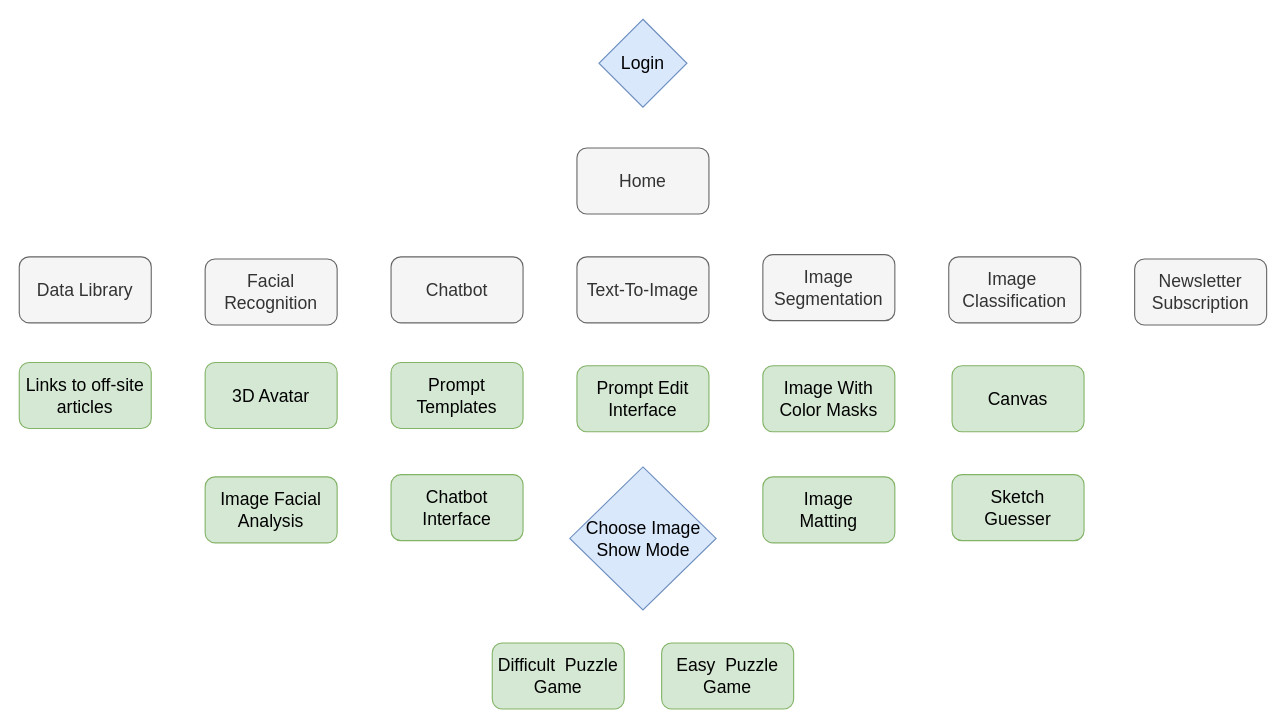
This is flow-chart.drawio from EricTsai83/drawio, a draw.io file, before an edit. Source tidied: cells renumbered, new cells numbered last; positions are measured from the earlier drawing's top-left corner, leaving out a move shared by most shapes. Both pictures are drawn from the tidied source at 110%, with x=0, y=0 at pixel (19, 19).
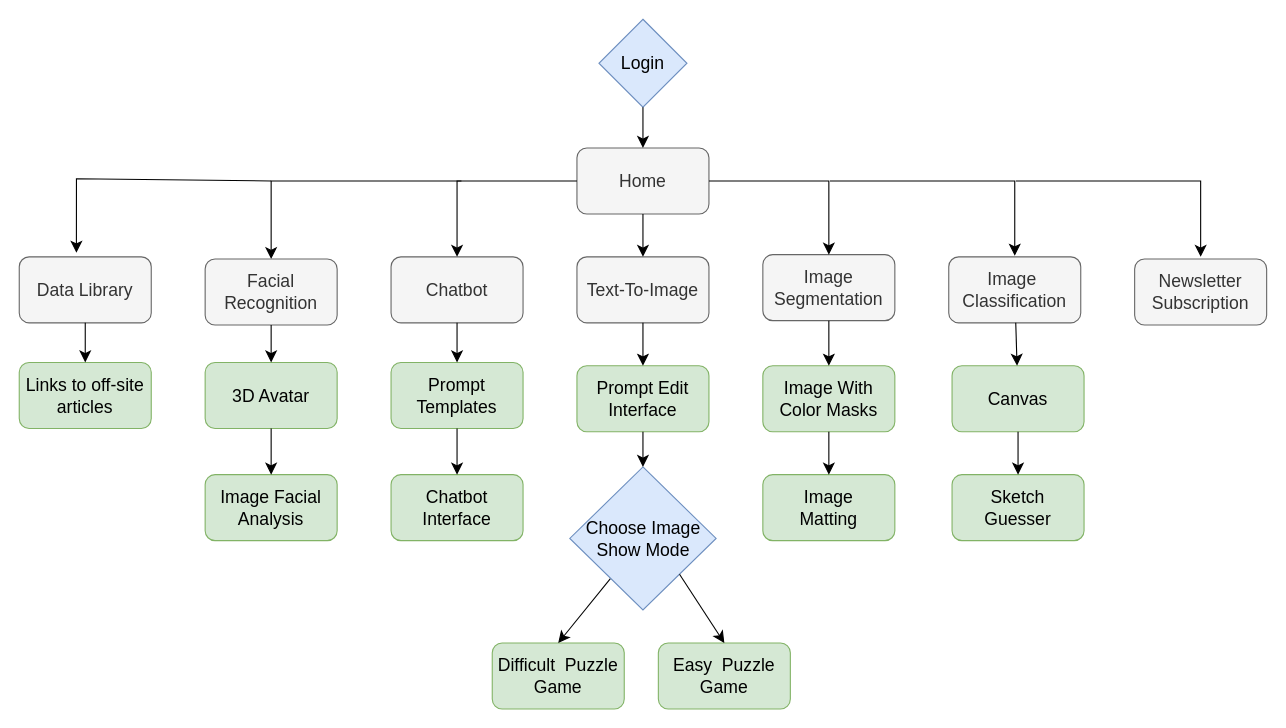
The same page after the edit.

What changed in the source:
```diff
@@
+    <mxCell id="24" style="group;" parent="1" vertex="1">
+      <mxGeometry width="1134" height="627" as="geometry" />
+    </mxCell>
-    <mxCell id="2" value="Login" style="rhombus;whiteSpace=wrap;html=1;fontSize=16;fillColor=#dae8fc;strokeColor=#6c8ebf;rounded=0;" parent="1" vertex="1">
+    <mxCell id="2" value="Login" style="rhombus;whiteSpace=wrap;html=1;fontSize=16;fillColor=#dae8fc;strokeColor=#6c8ebf;rounded=0;" parent="24" vertex="1">
       <mxGeometry x="527" width="80" height="80" as="geometry" />
     </mxCell>
+    <mxCell id="25" style="edgeStyle=none;rounded=0;jettySize=auto;html=1;entryX=0.5;entryY=0;entryDx=0;entryDy=0;fontSize=12;startSize=8;endSize=8;" parent="24" edge="1" target="4">
+      <mxGeometry relative="1" as="geometry">
+        <mxPoint x="402" y="147" as="sourcePoint" />
+        <Array as="points">
+          <mxPoint x="229" y="147" />
+        </Array>
+      </mxGeometry>
+    </mxCell>
+    <mxCell id="26" style="edgeStyle=none;rounded=0;orthogonalLoop=1;jettySize=auto;html=1;entryX=0.5;entryY=0;entryDx=0;entryDy=0;fontSize=12;startSize=8;endSize=8;" parent="24" edge="1">
+      <mxGeometry relative="1" as="geometry">
+        <mxPoint x="737" y="147" as="sourcePoint" />
+        <mxPoint x="905" y="215" as="targetPoint" />
+        <Array as="points">
+          <mxPoint x="905" y="147" />
+        </Array>
+      </mxGeometry>
+    </mxCell>
+    <mxCell id="27" style="edgeStyle=none;rounded=0;orthogonalLoop=1;jettySize=auto;html=1;entryX=0.5;entryY=0;entryDx=0;entryDy=0;fontSize=12;startSize=8;endSize=8;" parent="24" edge="1">
+      <mxGeometry relative="1" as="geometry">
+        <mxPoint x="906" y="147" as="sourcePoint" />
+        <mxPoint x="1074" y="216" as="targetPoint" />
+        <Array as="points">
+          <mxPoint x="1074" y="147" />
+        </Array>
+      </mxGeometry>
+    </mxCell>
+    <mxCell id="28" style="edgeStyle=none;rounded=0;jettySize=auto;html=1;entryX=0.433;entryY=-0.062;entryDx=0;entryDy=0;entryPerimeter=0;fontSize=12;startSize=8;endSize=8;" parent="24" edge="1" target="22">
+      <mxGeometry relative="1" as="geometry">
+        <mxPoint x="229" y="147" as="sourcePoint" />
+        <Array as="points">
+          <mxPoint x="52" y="145" />
+        </Array>
+      </mxGeometry>
+    </mxCell>
-    <mxCell id="3" value="Home" style="rounded=1;whiteSpace=wrap;html=1;fontSize=16;fillColor=#f5f5f5;fontColor=#333333;strokeColor=#666666;" parent="1" vertex="1">
+    <mxCell id="3" value="Home" style="rounded=1;whiteSpace=wrap;html=1;fontSize=16;fillColor=#f5f5f5;fontColor=#333333;strokeColor=#666666;" parent="24" vertex="1">
       <mxGeometry x="507" y="117" width="120" height="60" as="geometry" />
     </mxCell>
+    <mxCell id="29" style="edgeStyle=none;curved=1;rounded=0;jettySize=auto;html=1;fontSize=12;startSize=8;endSize=8;" parent="24" edge="1" source="2" target="3">
+      <mxGeometry relative="1" as="geometry" />
+    </mxCell>
-    <mxCell id="4" value="Facial Recognition" style="rounded=1;whiteSpace=wrap;html=1;fontSize=16;fillColor=#f5f5f5;fontColor=#333333;strokeColor=#666666;" parent="1" vertex="1">
+    <mxCell id="4" value="Facial Recognition" style="rounded=1;whiteSpace=wrap;html=1;fontSize=16;fillColor=#f5f5f5;fontColor=#333333;strokeColor=#666666;" parent="24" vertex="1">
       <mxGeometry x="169" y="218" width="120" height="60" as="geometry" />
     </mxCell>
-    <mxCell id="5" value="Chatbot" style="rounded=1;whiteSpace=wrap;html=1;fontSize=16;fillColor=#f5f5f5;fontColor=#333333;strokeColor=#666666;" parent="1" vertex="1">
+    <mxCell id="5" value="Chatbot" style="rounded=1;whiteSpace=wrap;html=1;fontSize=16;fillColor=#f5f5f5;fontColor=#333333;strokeColor=#666666;" parent="24" vertex="1">
       <mxGeometry x="338" y="216" width="120" height="60" as="geometry" />
     </mxCell>
+    <mxCell id="30" style="edgeStyle=none;rounded=0;jettySize=auto;html=1;exitX=0;exitY=0.5;exitDx=0;exitDy=0;entryX=0.5;entryY=0;entryDx=0;entryDy=0;fontSize=12;startSize=8;endSize=8;" parent="24" edge="1" source="3" target="5">
+      <mxGeometry relative="1" as="geometry">
+        <Array as="points">
+          <mxPoint x="398" y="147" />
+        </Array>
+      </mxGeometry>
+    </mxCell>
-    <mxCell id="6" value="Text-To-Image" style="rounded=1;whiteSpace=wrap;html=1;fontSize=16;fillColor=#f5f5f5;fontColor=#333333;strokeColor=#666666;" parent="1" vertex="1">
+    <mxCell id="6" value="Text-To-Image" style="rounded=1;whiteSpace=wrap;html=1;fontSize=16;fillColor=#f5f5f5;fontColor=#333333;strokeColor=#666666;" parent="24" vertex="1">
       <mxGeometry x="507" y="216" width="120" height="60" as="geometry" />
     </mxCell>
+    <mxCell id="31" style="edgeStyle=none;curved=1;rounded=0;jettySize=auto;html=1;fontSize=12;startSize=8;endSize=8;entryX=0.5;entryY=0;entryDx=0;entryDy=0;" parent="24" edge="1" source="3" target="6">
+      <mxGeometry relative="1" as="geometry" />
+    </mxCell>
-    <mxCell id="7" value="Image Segmentation" style="rounded=1;whiteSpace=wrap;html=1;fontSize=16;fillColor=#f5f5f5;fontColor=#333333;strokeColor=#666666;" parent="1" vertex="1">
+    <mxCell id="7" value="Image Segmentation" style="rounded=1;whiteSpace=wrap;html=1;fontSize=16;fillColor=#f5f5f5;fontColor=#333333;strokeColor=#666666;" parent="24" vertex="1">
       <mxGeometry x="676" y="214" width="120" height="60" as="geometry" />
     </mxCell>
+    <mxCell id="32" style="edgeStyle=none;rounded=0;jettySize=auto;html=1;entryX=0.5;entryY=0;entryDx=0;entryDy=0;fontSize=12;startSize=8;endSize=8;" parent="24" edge="1" source="3" target="7">
+      <mxGeometry relative="1" as="geometry">
+        <Array as="points">
+          <mxPoint x="736" y="147" />
+        </Array>
+      </mxGeometry>
+    </mxCell>
-    <mxCell id="8" value="Image&amp;nbsp;&lt;br&gt;Classification" style="rounded=1;whiteSpace=wrap;html=1;fontSize=16;fillColor=#f5f5f5;fontColor=#333333;strokeColor=#666666;" parent="1" vertex="1">
+    <mxCell id="8" value="Image&amp;nbsp;&lt;br&gt;Classification" style="rounded=1;whiteSpace=wrap;html=1;fontSize=16;fillColor=#f5f5f5;fontColor=#333333;strokeColor=#666666;" parent="24" vertex="1">
       <mxGeometry x="845" y="216" width="120" height="60" as="geometry" />
     </mxCell>
-    <mxCell id="9" value="3D Avatar" style="rounded=1;whiteSpace=wrap;html=1;fontSize=16;fillColor=#d5e8d4;strokeColor=#82b366;" parent="1" vertex="1">
+    <mxCell id="9" value="3D Avatar" style="rounded=1;whiteSpace=wrap;html=1;fontSize=16;fillColor=#d5e8d4;strokeColor=#82b366;" parent="24" vertex="1">
       <mxGeometry x="169" y="312" width="120" height="60" as="geometry" />
     </mxCell>
+    <mxCell id="33" style="edgeStyle=none;curved=1;rounded=0;jettySize=auto;html=1;fontSize=12;startSize=8;endSize=8;" parent="24" edge="1" source="4" target="9">
+      <mxGeometry relative="1" as="geometry" />
+    </mxCell>
-    <mxCell id="10" value="Image Facial Analysis" style="rounded=1;whiteSpace=wrap;html=1;fontSize=16;fillColor=#d5e8d4;strokeColor=#82b366;" parent="1" vertex="1">
-      <mxGeometry x="169" y="416" width="120" height="60" as="geometry" />
+    <mxCell id="10" value="Image Facial Analysis" style="rounded=1;whiteSpace=wrap;html=1;fontSize=16;fillColor=#d5e8d4;strokeColor=#82b366;" parent="24" vertex="1">
+      <mxGeometry x="169" y="414" width="120" height="60" as="geometry" />
     </mxCell>
+    <mxCell id="34" style="edgeStyle=none;curved=1;rounded=0;jettySize=auto;html=1;fontSize=12;startSize=8;endSize=8;" parent="24" edge="1" source="9" target="10">
+      <mxGeometry relative="1" as="geometry" />
+    </mxCell>
-    <mxCell id="11" value="&lt;p style=&quot;line-height: 120%;&quot;&gt;&lt;font style=&quot;font-size: 16px;&quot;&gt;Prompt Templates&lt;/font&gt;&lt;br&gt;&lt;/p&gt;" style="rounded=1;whiteSpace=wrap;html=1;fontSize=16;fillColor=#d5e8d4;strokeColor=#82b366;" parent="1" vertex="1">
+    <mxCell id="11" value="&lt;p style=&quot;line-height: 120%;&quot;&gt;&lt;font style=&quot;font-size: 16px;&quot;&gt;Prompt Templates&lt;/font&gt;&lt;br&gt;&lt;/p&gt;" style="rounded=1;whiteSpace=wrap;html=1;fontSize=16;fillColor=#d5e8d4;strokeColor=#82b366;" parent="24" vertex="1">
       <mxGeometry x="338" y="312" width="120" height="60" as="geometry" />
     </mxCell>
+    <mxCell id="35" style="edgeStyle=none;curved=1;rounded=0;jettySize=auto;html=1;fontSize=12;startSize=8;endSize=8;" parent="24" edge="1" source="5" target="11">
+      <mxGeometry relative="1" as="geometry" />
+    </mxCell>
-    <mxCell id="12" value="Difficult&amp;nbsp; Puzzle Game" style="rounded=1;whiteSpace=wrap;html=1;fontSize=16;fillColor=#d5e8d4;strokeColor=#82b366;" parent="1" vertex="1">
+    <mxCell id="12" value="Difficult&amp;nbsp; Puzzle Game" style="rounded=1;whiteSpace=wrap;html=1;fontSize=16;fillColor=#d5e8d4;strokeColor=#82b366;" parent="24" vertex="1">
       <mxGeometry x="430" y="567" width="120" height="60" as="geometry" />
     </mxCell>
-    <mxCell id="13" value="&lt;font style=&quot;font-size: 16px;&quot;&gt;Image With Color Masks&lt;/font&gt;" style="rounded=1;whiteSpace=wrap;html=1;fontSize=16;fillColor=#d5e8d4;strokeColor=#82b366;" parent="1" vertex="1">
+    <mxCell id="13" value="&lt;font style=&quot;font-size: 16px;&quot;&gt;Image With Color Masks&lt;/font&gt;" style="rounded=1;whiteSpace=wrap;html=1;fontSize=16;fillColor=#d5e8d4;strokeColor=#82b366;" parent="24" vertex="1">
       <mxGeometry x="676" y="315" width="120" height="60" as="geometry" />
     </mxCell>
+    <mxCell id="36" style="edgeStyle=none;curved=1;rounded=0;jettySize=auto;html=1;fontSize=12;startSize=8;endSize=8;" parent="24" edge="1" source="7" target="13">
+      <mxGeometry relative="1" as="geometry" />
+    </mxCell>
-    <mxCell id="14" value="Image &lt;br&gt;Matting" style="rounded=1;whiteSpace=wrap;html=1;fontSize=16;fillColor=#d5e8d4;strokeColor=#82b366;" parent="1" vertex="1">
-      <mxGeometry x="676" y="416" width="120" height="60" as="geometry" />
+    <mxCell id="14" value="Image &lt;br&gt;Matting" style="rounded=1;whiteSpace=wrap;html=1;fontSize=16;fillColor=#d5e8d4;strokeColor=#82b366;" parent="24" vertex="1">
+      <mxGeometry x="676" y="414" width="120" height="60" as="geometry" />
     </mxCell>
+    <mxCell id="37" style="edgeStyle=none;curved=1;rounded=0;jettySize=auto;html=1;fontSize=12;startSize=8;endSize=8;" parent="24" edge="1" source="13" target="14">
+      <mxGeometry relative="1" as="geometry" />
+    </mxCell>
-    <mxCell id="15" value="&lt;p style=&quot;line-height: 120%;&quot;&gt;&lt;font style=&quot;font-size: 16px;&quot;&gt;Chatbot Interface&lt;/font&gt;&lt;br&gt;&lt;/p&gt;" style="rounded=1;whiteSpace=wrap;html=1;fontSize=16;fillColor=#d5e8d4;strokeColor=#82b366;" parent="1" vertex="1">
+    <mxCell id="15" value="&lt;p style=&quot;line-height: 120%;&quot;&gt;&lt;font style=&quot;font-size: 16px;&quot;&gt;Chatbot Interface&lt;/font&gt;&lt;br&gt;&lt;/p&gt;" style="rounded=1;whiteSpace=wrap;html=1;fontSize=16;fillColor=#d5e8d4;strokeColor=#82b366;" parent="24" vertex="1">
       <mxGeometry x="338" y="414" width="120" height="60" as="geometry" />
     </mxCell>
+    <mxCell id="38" style="edgeStyle=none;curved=1;rounded=0;jettySize=auto;html=1;fontSize=12;startSize=8;endSize=8;" parent="24" edge="1" source="11" target="15">
+      <mxGeometry relative="1" as="geometry" />
+    </mxCell>
-    <mxCell id="16" value="Canvas" style="rounded=1;whiteSpace=wrap;html=1;fontSize=16;fillColor=#d5e8d4;strokeColor=#82b366;" parent="1" vertex="1">
+    <mxCell id="16" value="Canvas" style="rounded=1;whiteSpace=wrap;html=1;fontSize=16;fillColor=#d5e8d4;strokeColor=#82b366;" parent="24" vertex="1">
       <mxGeometry x="848" y="315" width="120" height="60" as="geometry" />
     </mxCell>
+    <mxCell id="39" style="edgeStyle=none;curved=1;rounded=0;jettySize=auto;html=1;fontSize=12;startSize=8;endSize=8;" parent="24" edge="1" source="8" target="16">
+      <mxGeometry relative="1" as="geometry" />
+    </mxCell>
-    <mxCell id="17" value="Newsletter Subscription" style="rounded=1;whiteSpace=wrap;html=1;fontSize=16;fillColor=#f5f5f5;fontColor=#333333;strokeColor=#666666;" parent="1" vertex="1">
+    <mxCell id="17" value="Newsletter Subscription" style="rounded=1;whiteSpace=wrap;html=1;fontSize=16;fillColor=#f5f5f5;fontColor=#333333;strokeColor=#666666;" parent="24" vertex="1">
       <mxGeometry x="1014" y="218" width="120" height="60" as="geometry" />
     </mxCell>
-    <mxCell id="18" value="Sketch &lt;br&gt;Guesser" style="rounded=1;whiteSpace=wrap;html=1;fontSize=16;fillColor=#d5e8d4;strokeColor=#82b366;" parent="1" vertex="1">
+    <mxCell id="18" value="Sketch &lt;br&gt;Guesser" style="rounded=1;whiteSpace=wrap;html=1;fontSize=16;fillColor=#d5e8d4;strokeColor=#82b366;" parent="24" vertex="1">
       <mxGeometry x="848" y="414" width="120" height="60" as="geometry" />
     </mxCell>
+    <mxCell id="40" style="edgeStyle=none;curved=1;rounded=0;jettySize=auto;html=1;fontSize=12;startSize=8;endSize=8;" parent="24" edge="1" source="16" target="18">
+      <mxGeometry relative="1" as="geometry" />
+    </mxCell>
-    <mxCell id="19" value="&lt;font style=&quot;font-size: 16px;&quot;&gt;Prompt Edit Interface&lt;/font&gt;" style="rounded=1;whiteSpace=wrap;html=1;fontSize=16;fillColor=#d5e8d4;strokeColor=#82b366;" parent="1" vertex="1">
+    <mxCell id="19" value="&lt;font style=&quot;font-size: 16px;&quot;&gt;Prompt Edit Interface&lt;/font&gt;" style="rounded=1;whiteSpace=wrap;html=1;fontSize=16;fillColor=#d5e8d4;strokeColor=#82b366;" parent="24" vertex="1">
       <mxGeometry x="507" y="315" width="120" height="60" as="geometry" />
     </mxCell>
+    <mxCell id="41" style="edgeStyle=none;curved=1;rounded=0;jettySize=auto;html=1;fontSize=12;startSize=8;endSize=8;" parent="24" edge="1" source="6" target="19">
+      <mxGeometry relative="1" as="geometry" />
+    </mxCell>
+    <mxCell id="42" style="edgeStyle=none;curved=1;rounded=0;jettySize=auto;html=1;entryX=0.5;entryY=0;entryDx=0;entryDy=0;fontSize=12;startSize=8;endSize=8;" parent="24" edge="1" source="20" target="12">
+      <mxGeometry relative="1" as="geometry" />
+    </mxCell>
-    <mxCell id="20" value="Choose Image Show Mode" style="rhombus;whiteSpace=wrap;html=1;fontSize=16;fillColor=#dae8fc;strokeColor=#6c8ebf;rounded=0;" parent="1" vertex="1">
+    <mxCell id="20" value="Choose Image Show Mode" style="rhombus;whiteSpace=wrap;html=1;fontSize=16;fillColor=#dae8fc;strokeColor=#6c8ebf;rounded=0;" parent="24" vertex="1">
       <mxGeometry x="500.5" y="407" width="133" height="130" as="geometry" />
     </mxCell>
+    <mxCell id="43" style="edgeStyle=none;curved=1;rounded=0;jettySize=auto;html=1;fontSize=12;startSize=8;endSize=8;" parent="24" edge="1" source="19" target="20">
+      <mxGeometry relative="1" as="geometry" />
+    </mxCell>
-    <mxCell id="21" value="Easy&amp;nbsp; Puzzle Game" style="rounded=1;whiteSpace=wrap;html=1;fontSize=16;fillColor=#d5e8d4;strokeColor=#82b366;" parent="1" vertex="1">
-      <mxGeometry x="584" y="567" width="120" height="60" as="geometry" />
+    <mxCell id="21" value="Easy&amp;nbsp; Puzzle Game" style="rounded=1;whiteSpace=wrap;html=1;fontSize=16;fillColor=#d5e8d4;strokeColor=#82b366;" parent="24" vertex="1">
+      <mxGeometry x="581" y="567" width="120" height="60" as="geometry" />
     </mxCell>
+    <mxCell id="44" style="edgeStyle=none;curved=1;rounded=0;jettySize=auto;html=1;exitX=1;exitY=1;exitDx=0;exitDy=0;entryX=0.5;entryY=0;entryDx=0;entryDy=0;fontSize=12;startSize=8;endSize=8;" parent="24" edge="1" source="20" target="21">
+      <mxGeometry relative="1" as="geometry" />
+    </mxCell>
-    <mxCell id="22" value="Data Library" style="rounded=1;whiteSpace=wrap;html=1;fontSize=16;fillColor=#f5f5f5;fontColor=#333333;strokeColor=#666666;" parent="1" vertex="1">
+    <mxCell id="22" value="Data Library" style="rounded=1;whiteSpace=wrap;html=1;fontSize=16;fillColor=#f5f5f5;fontColor=#333333;strokeColor=#666666;" parent="24" vertex="1">
       <mxGeometry y="216" width="120" height="60" as="geometry" />
     </mxCell>
-    <mxCell id="23" value="Links to off-site articles" style="rounded=1;whiteSpace=wrap;html=1;fontSize=16;fillColor=#d5e8d4;strokeColor=#82b366;" parent="1" vertex="1">
+    <mxCell id="23" value="Links to off-site articles" style="rounded=1;whiteSpace=wrap;html=1;fontSize=16;fillColor=#d5e8d4;strokeColor=#82b366;" parent="24" vertex="1">
       <mxGeometry y="312" width="120" height="60" as="geometry" />
     </mxCell>
+    <mxCell id="45" style="edgeStyle=none;curved=1;rounded=0;jettySize=auto;html=1;fontSize=12;startSize=8;endSize=8;" parent="24" edge="1" source="22" target="23">
+      <mxGeometry relative="1" as="geometry" />
+    </mxCell>
```
